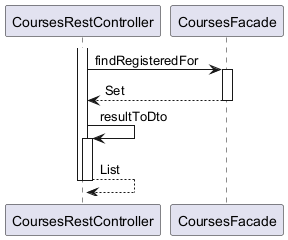
Earlier version of the PlantUML export ingress/documentation/html/images/Education.Courses.findRegisteredFor.puml.png.png (OlegSopilnyak/school-demo). The source it was exported from:
```plantuml
@startuml

participant CoursesRestController
participant CoursesFacade

activate CoursesRestController
	CoursesRestController -> CoursesFacade : findRegisteredFor
	activate CoursesFacade
		CoursesFacade --> CoursesRestController : Set
	deactivate CoursesFacade
	CoursesRestController -> CoursesRestController : resultToDto
	activate CoursesRestController
		CoursesRestController --> CoursesRestController : List
	deactivate CoursesRestController
deactivate CoursesRestController

@enduml
```
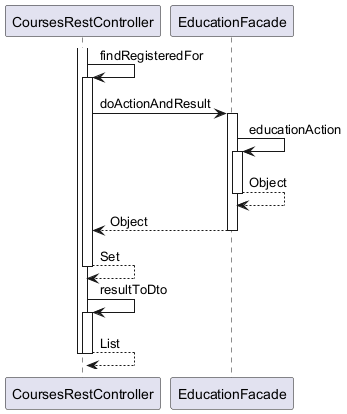
The same file after the commit.

What changed in the source:
```diff
@@ -1,13 +1,21 @@
 @startuml
 
 participant CoursesRestController
-participant CoursesFacade
+participant EducationFacade
 
 activate CoursesRestController
-	CoursesRestController -> CoursesFacade : findRegisteredFor
-	activate CoursesFacade
-		CoursesFacade --> CoursesRestController : Set
-	deactivate CoursesFacade
+	CoursesRestController -> CoursesRestController : findRegisteredFor
+	activate CoursesRestController
+		CoursesRestController -> EducationFacade : doActionAndResult
+		activate EducationFacade
+			EducationFacade -> EducationFacade : educationAction
+			activate EducationFacade
+				EducationFacade --> EducationFacade : Object
+			deactivate EducationFacade
+			EducationFacade --> CoursesRestController : Object
+		deactivate EducationFacade
+		CoursesRestController --> CoursesRestController : Set
+	deactivate CoursesRestController
 	CoursesRestController -> CoursesRestController : resultToDto
 	activate CoursesRestController
 		CoursesRestController --> CoursesRestController : List
```
